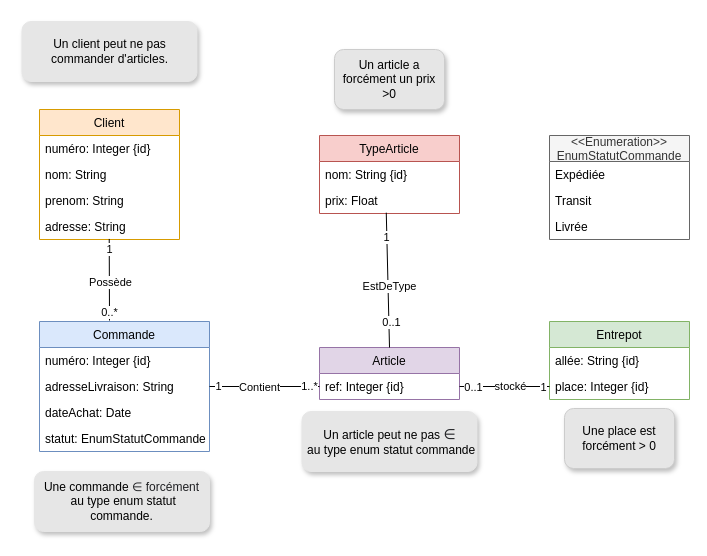
Earlier version of the draw.io diagram Projet.drawio (riad73/INF403). Source tidied: cells renumbered, new cells numbered last; positions are measured from the earlier drawing's top-left corner, leaving out a move shared by most shapes. Both pictures are drawn from the tidied source at 100%, with x=0, y=0 at pixel (21, 21).
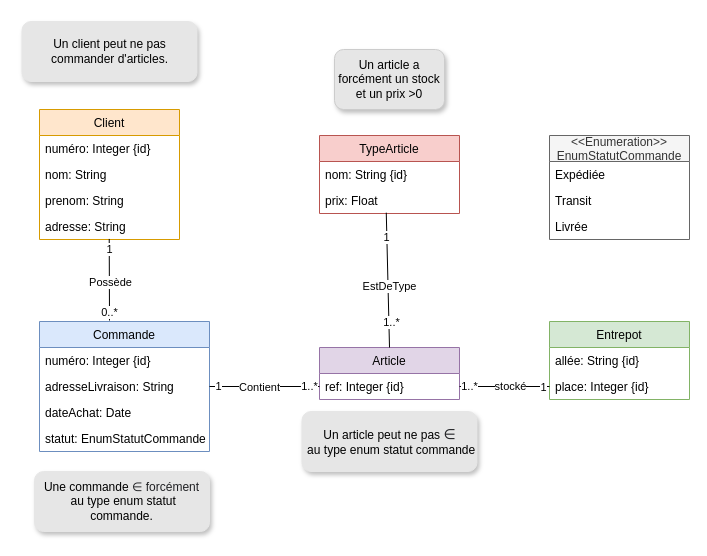
The same diagram, later.

Unchanged cells that the change refers to:
```xml
<mxCell id="21" style="endArrow=none;html=1;exitX=1;exitY=0.5;exitDx=0;exitDy=0;" parent="1" edge="1" target="11">
  <mxGeometry relative="1" as="geometry">
    <mxPoint x="438" y="365" as="sourcePoint" />
  </mxGeometry>
</mxCell>
<mxCell id="32" style="endArrow=none;html=1;exitX=0.5;exitY=0;exitDx=0;exitDy=0;entryX=0.477;entryY=0.969;entryDx=0;entryDy=0;entryPerimeter=0;" parent="1" edge="1" source="7" target="31">
  <mxGeometry relative="1" as="geometry" />
</mxCell>
```

The edit, as a diff of the source:
```diff
@@
-    <mxCell id="24" value="0..1" style="edgeLabel;html=1;align=center;verticalAlign=middle;" parent="21" vertex="1">
+    <mxCell id="24" value="1..*" style="edgeLabel;html=1;align=center;verticalAlign=middle;" parent="21" vertex="1">
       <mxGeometry x="-0.88" y="1" relative="1" as="geometry">
-        <mxPoint x="8" y="1" as="offset" />
+        <mxPoint x="4.7" as="offset" />
       </mxGeometry>
     </mxCell>
@@
-    <mxCell id="33" value="0..1" style="edgeLabel;html=1;align=center;verticalAlign=middle;" parent="32" vertex="1">
+    <mxCell id="33" value="1..*" style="edgeLabel;html=1;align=center;verticalAlign=middle;" parent="32" vertex="1">
       <mxGeometry x="-0.63" y="-2" relative="1" as="geometry" />
     </mxCell>
@@
-    <mxCell id="41" value="Un article a forcément un prix &amp;gt;0" style="shape=ext;rounded=1;html=1;whiteSpace=wrap;fillColor=#E6E6E6;shadow=1;strokeColor=#CCCCCC;" parent="1" vertex="1">
+    <mxCell id="41" value="Un article a forcément un stock et un prix &amp;gt;0" style="shape=ext;rounded=1;html=1;whiteSpace=wrap;fillColor=#E6E6E6;shadow=1;strokeColor=#CCCCCC;" parent="1" vertex="1">
       <mxGeometry x="313" y="28" width="110" height="60" as="geometry" />
     </mxCell>
@@
-    <mxCell id="44" value="Une place est forcément &amp;gt; 0" style="shape=ext;rounded=1;html=1;whiteSpace=wrap;fillColor=#E6E6E6;shadow=1;strokeColor=#CCCCCC;" parent="1" vertex="1">
-      <mxGeometry x="543" y="387" width="110" height="60" as="geometry" />
-    </mxCell>
```
